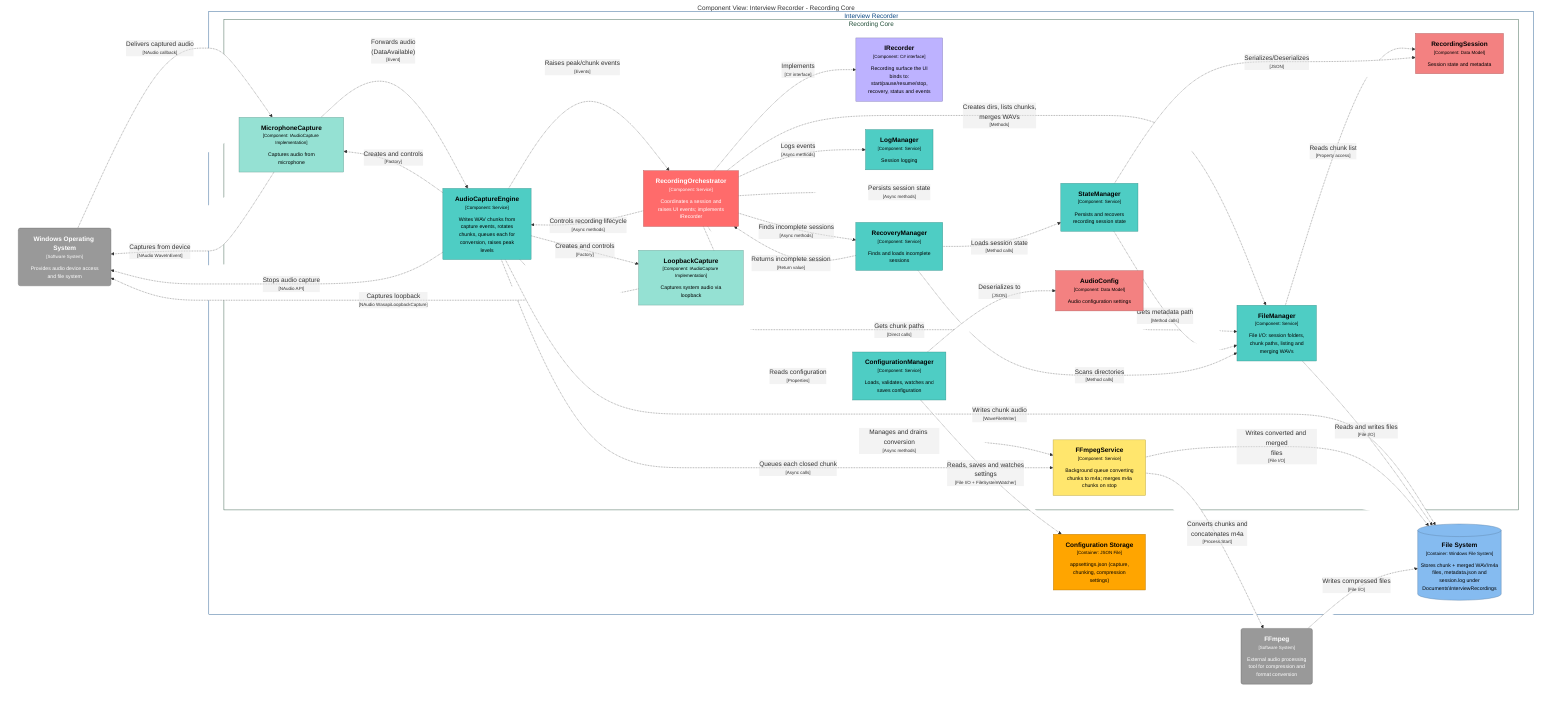
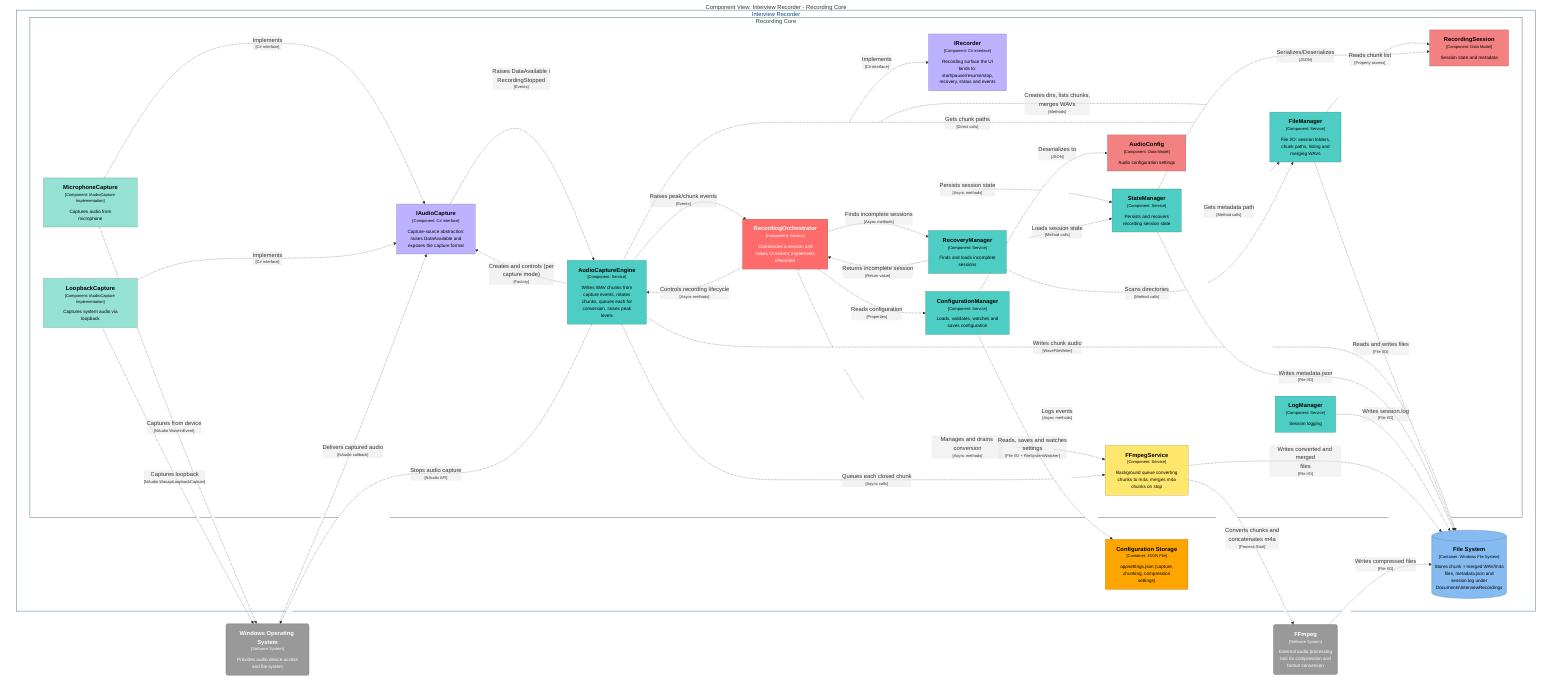
graph TB
  linkStyle default fill:#ffffff

  subgraph diagram ["Component View: Interview Recorder - Recording Core"]
    style diagram fill:#ffffff,stroke:#ffffff

    2("<div style='font-weight: bold'>Windows Operating System</div><div style='font-size: 70%; margin-top: 0px'>[Software System]</div><div style='font-size: 80%; margin-top:10px'>Provides audio device access<br />and file system</div>")
    style 2 fill:#999999,stroke:#6b6b6b,color:#ffffff
    3("<div style='font-weight: bold'>FFmpeg</div><div style='font-size: 70%; margin-top: 0px'>[Software System]</div><div style='font-size: 80%; margin-top:10px'>External audio processing<br />tool for compression and<br />format conversion</div>")
    style 3 fill:#999999,stroke:#6b6b6b,color:#ffffff

    subgraph 4 ["Interview Recorder"]
      style 4 fill:#ffffff,stroke:#0b4884,color:#0b4884

      subgraph 7 ["Recording Core"]
        style 7 fill:#ffffff,stroke:#204d37,color:#204d37

        10["<div style='font-weight: bold'>AudioCaptureEngine</div><div style='font-size: 70%; margin-top: 0px'>[Component: Service]</div><div style='font-size: 80%; margin-top:10px'>Writes WAV chunks from<br />capture events, rotates<br />chunks, queues each for<br />conversion, raises peak<br />levels</div>"]
        style 10 fill:#4ecdc4,stroke:#368f89,color:#000000
        11["<div style='font-weight: bold'>StateManager</div><div style='font-size: 70%; margin-top: 0px'>[Component: Service]</div><div style='font-size: 80%; margin-top:10px'>Persists and recovers<br />recording session state</div>"]
        style 11 fill:#4ecdc4,stroke:#368f89,color:#000000
        12["<div style='font-weight: bold'>FileManager</div><div style='font-size: 70%; margin-top: 0px'>[Component: Service]</div><div style='font-size: 80%; margin-top:10px'>File I/O: session folders,<br />chunk paths, listing and<br />merging WAVs</div>"]
        style 12 fill:#4ecdc4,stroke:#368f89,color:#000000
        13["<div style='font-weight: bold'>RecoveryManager</div><div style='font-size: 70%; margin-top: 0px'>[Component: Service]</div><div style='font-size: 80%; margin-top:10px'>Finds and loads incomplete<br />sessions</div>"]
        style 13 fill:#4ecdc4,stroke:#368f89,color:#000000
        14["<div style='font-weight: bold'>LogManager</div><div style='font-size: 70%; margin-top: 0px'>[Component: Service]</div><div style='font-size: 80%; margin-top:10px'>Session logging</div>"]
        style 14 fill:#4ecdc4,stroke:#368f89,color:#000000
        15["<div style='font-weight: bold'>ConfigurationManager</div><div style='font-size: 70%; margin-top: 0px'>[Component: Service]</div><div style='font-size: 80%; margin-top:10px'>Loads, validates, watches and<br />saves configuration</div>"]
        style 15 fill:#4ecdc4,stroke:#368f89,color:#000000
        16["<div style='font-weight: bold'>FFmpegService</div><div style='font-size: 70%; margin-top: 0px'>[Component: Service]</div><div style='font-size: 80%; margin-top:10px'>Background queue converting<br />chunks to m4a; merges m4a<br />chunks on stop</div>"]
        style 16 fill:#ffe66d,stroke:#b2a14c,color:#000000
-         17["<div style='font-weight: bold'>MicrophoneCapture</div><div style='font-size: 70%; margin-top: 0px'>[Component: IAudioCapture Implementation]</div><div style='font-size: 80%; margin-top:10px'>Captures audio from<br />microphone</div>"]
-         style 17 fill:#95e1d3,stroke:#689d93,color:#000000
-         18["<div style='font-weight: bold'>LoopbackCapture</div><div style='font-size: 70%; margin-top: 0px'>[Component: IAudioCapture Implementation]</div><div style='font-size: 80%; margin-top:10px'>Captures system audio via<br />loopback</div>"]
+         17["<div style='font-weight: bold'>IAudioCapture</div><div style='font-size: 70%; margin-top: 0px'>[Component: C# interface]</div><div style='font-size: 80%; margin-top:10px'>Capture-source abstraction:<br />raises DataAvailable and<br />exposes the capture format</div>"]
+         style 17 fill:#bdb2ff,stroke:#847cb2,color:#000000
+         18["<div style='font-weight: bold'>MicrophoneCapture</div><div style='font-size: 70%; margin-top: 0px'>[Component: IAudioCapture Implementation]</div><div style='font-size: 80%; margin-top:10px'>Captures audio from<br />microphone</div>"]
        style 18 fill:#95e1d3,stroke:#689d93,color:#000000
-         19["<div style='font-weight: bold'>RecordingSession</div><div style='font-size: 70%; margin-top: 0px'>[Component: Data Model]</div><div style='font-size: 80%; margin-top:10px'>Session state and metadata</div>"]
-         style 19 fill:#f38181,stroke:#aa5a5a,color:#000000
-         20["<div style='font-weight: bold'>AudioConfig</div><div style='font-size: 70%; margin-top: 0px'>[Component: Data Model]</div><div style='font-size: 80%; margin-top:10px'>Audio configuration settings</div>"]
+         19["<div style='font-weight: bold'>LoopbackCapture</div><div style='font-size: 70%; margin-top: 0px'>[Component: IAudioCapture Implementation]</div><div style='font-size: 80%; margin-top:10px'>Captures system audio via<br />loopback</div>"]
+         style 19 fill:#95e1d3,stroke:#689d93,color:#000000
+         20["<div style='font-weight: bold'>RecordingSession</div><div style='font-size: 70%; margin-top: 0px'>[Component: Data Model]</div><div style='font-size: 80%; margin-top:10px'>Session state and metadata</div>"]
        style 20 fill:#f38181,stroke:#aa5a5a,color:#000000
+         21["<div style='font-weight: bold'>AudioConfig</div><div style='font-size: 70%; margin-top: 0px'>[Component: Data Model]</div><div style='font-size: 80%; margin-top:10px'>Audio configuration settings</div>"]
+         style 21 fill:#f38181,stroke:#aa5a5a,color:#000000
        8["<div style='font-weight: bold'>IRecorder</div><div style='font-size: 70%; margin-top: 0px'>[Component: C# interface]</div><div style='font-size: 80%; margin-top:10px'>Recording surface the UI<br />binds to:<br />start/pause/resume/stop,<br />recovery, status and events</div>"]
        style 8 fill:#bdb2ff,stroke:#847cb2,color:#000000
        9["<div style='font-weight: bold'>RecordingOrchestrator</div><div style='font-size: 70%; margin-top: 0px'>[Component: Service]</div><div style='font-size: 80%; margin-top:10px'>Coordinates a session and<br />raises UI events; implements<br />IRecorder</div>"]
        style 9 fill:#ff6b6b,stroke:#b24a4a,color:#ffffff
      end

-       42[("<div style='font-weight: bold'>File System</div><div style='font-size: 70%; margin-top: 0px'>[Container: Windows File System]</div><div style='font-size: 80%; margin-top:10px'>Stores chunk + merged WAV/m4a<br />files, metadata.json and<br />session.log under<br />Documents\InterviewRecordings</div>")]
-       style 42 fill:#85bbf0,stroke:#5d82a8,color:#000000
-       43["<div style='font-weight: bold'>Configuration Storage</div><div style='font-size: 70%; margin-top: 0px'>[Container: JSON File]</div><div style='font-size: 80%; margin-top:10px'>appsettings.json (capture,<br />chunking, compression<br />settings)</div>"]
-       style 43 fill:#ffa500,stroke:#b27300,color:#000000
+       44[("<div style='font-weight: bold'>File System</div><div style='font-size: 70%; margin-top: 0px'>[Container: Windows File System]</div><div style='font-size: 80%; margin-top:10px'>Stores chunk + merged WAV/m4a<br />files, metadata.json and<br />session.log under<br />Documents\InterviewRecordings</div>")]
+       style 44 fill:#85bbf0,stroke:#5d82a8,color:#000000
+       45["<div style='font-weight: bold'>Configuration Storage</div><div style='font-size: 70%; margin-top: 0px'>[Container: JSON File]</div><div style='font-size: 80%; margin-top:10px'>appsettings.json (capture,<br />chunking, compression<br />settings)</div>"]
+       style 45 fill:#ffa500,stroke:#b27300,color:#000000
    end

    9-. "<div>Implements</div><div style='font-size: 70%'>[C# interface]</div>" .->8
    9-. "<div>Controls recording lifecycle</div><div style='font-size: 70%'>[Async methods]</div>" .->10
    9-. "<div>Persists session state</div><div style='font-size: 70%'>[Async methods]</div>" .->11
    9-. "<div>Creates dirs, lists chunks,<br />merges WAVs</div><div style='font-size: 70%'>[Methods]</div>" .->12
    9-. "<div>Finds incomplete sessions</div><div style='font-size: 70%'>[Async methods]</div>" .->13
    9-. "<div>Logs events</div><div style='font-size: 70%'>[Async methods]</div>" .->14
    9-. "<div>Reads configuration</div><div style='font-size: 70%'>[Properties]</div>" .->15
    9-. "<div>Manages and drains conversion</div><div style='font-size: 70%'>[Async methods]</div>" .->16
-     10-. "<div>Creates and controls</div><div style='font-size: 70%'>[Factory]</div>" .->17
-     10-. "<div>Creates and controls</div><div style='font-size: 70%'>[Factory]</div>" .->18
+     10-. "<div>Creates and controls (per<br />capture mode)</div><div style='font-size: 70%'>[Factory]</div>" .->17
+     18-. "<div>Implements</div><div style='font-size: 70%'>[C# interface]</div>" .->17
+     19-. "<div>Implements</div><div style='font-size: 70%'>[C# interface]</div>" .->17
+     17-. "<div>Raises DataAvailable /<br />RecordingStopped</div><div style='font-size: 70%'>[Events]</div>" .->10
    10-. "<div>Gets chunk paths</div><div style='font-size: 70%'>[Direct calls]</div>" .->12
    10-. "<div>Queues each closed chunk</div><div style='font-size: 70%'>[Async calls]</div>" .->16
    10-. "<div>Raises peak/chunk events</div><div style='font-size: 70%'>[Events]</div>" .->9
-     17-. "<div>Forwards audio<br />(DataAvailable)</div><div style='font-size: 70%'>[Event]</div>" .->10
-     12-. "<div>Reads chunk list</div><div style='font-size: 70%'>[Property access]</div>" .->19
+     12-. "<div>Reads chunk list</div><div style='font-size: 70%'>[Property access]</div>" .->20
    11-. "<div>Gets metadata path</div><div style='font-size: 70%'>[Method calls]</div>" .->12
-     11-. "<div>Serializes/Deserializes</div><div style='font-size: 70%'>[JSON]</div>" .->19
+     11-. "<div>Serializes/Deserializes</div><div style='font-size: 70%'>[JSON]</div>" .->20
    13-. "<div>Scans directories</div><div style='font-size: 70%'>[Method calls]</div>" .->12
    13-. "<div>Loads session state</div><div style='font-size: 70%'>[Method calls]</div>" .->11
    13-. "<div>Returns incomplete session</div><div style='font-size: 70%'>[Return value]</div>" .->9
-     15-. "<div>Deserializes to</div><div style='font-size: 70%'>[JSON]</div>" .->20
-     17-. "<div>Captures from device</div><div style='font-size: 70%'>[NAudio WaveInEvent]</div>" .->2
-     18-. "<div>Captures loopback</div><div style='font-size: 70%'>[NAudio WasapiLoopbackCapture]</div>" .->2
+     15-. "<div>Deserializes to</div><div style='font-size: 70%'>[JSON]</div>" .->21
+     18-. "<div>Captures from device</div><div style='font-size: 70%'>[NAudio WaveInEvent]</div>" .->2
+     19-. "<div>Captures loopback</div><div style='font-size: 70%'>[NAudio WasapiLoopbackCapture]</div>" .->2
    2-. "<div>Delivers captured audio</div><div style='font-size: 70%'>[NAudio callback]</div>" .->17
    10-. "<div>Stops audio capture</div><div style='font-size: 70%'>[NAudio API]</div>" .->2
    16-. "<div>Converts chunks and<br />concatenates m4a</div><div style='font-size: 70%'>[Process.Start]</div>" .->3
-     10-. "<div>Writes chunk audio</div><div style='font-size: 70%'>[WaveFileWriter]</div>" .->42
-     12-. "<div>Reads and writes files</div><div style='font-size: 70%'>[File I/O]</div>" .->42
-     16-. "<div>Writes converted and merged<br />files</div><div style='font-size: 70%'>[File I/O]</div>" .->42
-     3-. "<div>Writes compressed files</div><div style='font-size: 70%'>[File I/O]</div>" .->42
-     15-. "<div>Reads, saves and watches<br />settings</div><div style='font-size: 70%'>[File I/O + FileSystemWatcher]</div>" .->43
+     10-. "<div>Writes chunk audio</div><div style='font-size: 70%'>[WaveFileWriter]</div>" .->44
+     12-. "<div>Reads and writes files</div><div style='font-size: 70%'>[File I/O]</div>" .->44
+     11-. "<div>Writes metadata.json</div><div style='font-size: 70%'>[File I/O]</div>" .->44
+     14-. "<div>Writes session.log</div><div style='font-size: 70%'>[File I/O]</div>" .->44
+     16-. "<div>Writes converted and merged<br />files</div><div style='font-size: 70%'>[File I/O]</div>" .->44
+     3-. "<div>Writes compressed files</div><div style='font-size: 70%'>[File I/O]</div>" .->44
+     15-. "<div>Reads, saves and watches<br />settings</div><div style='font-size: 70%'>[File I/O + FileSystemWatcher]</div>" .->45

  end